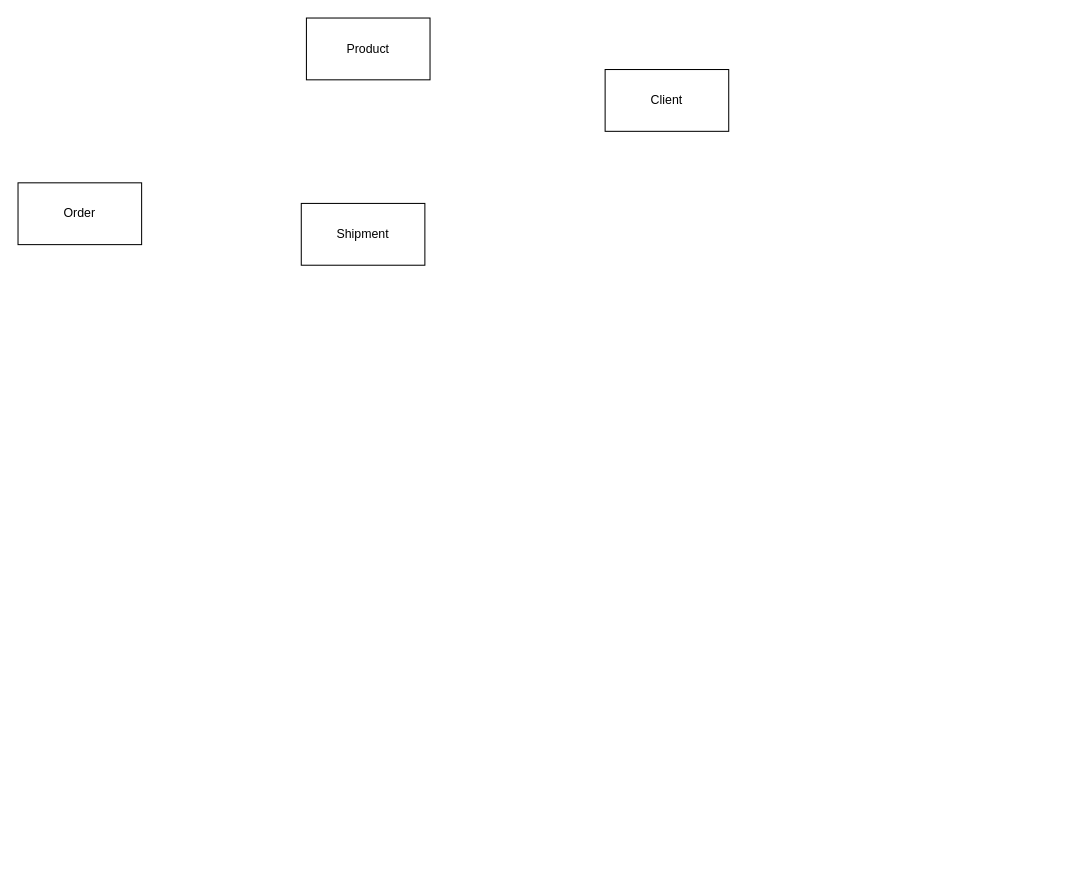
Above: Entities Diagram.drawio in Santiagolp23/databaseFundamentals (draw.io), before the change. Source tidied: cells renumbered, new cells numbered last; positions are measured from the earlier drawing's top-left corner, leaving out a move shared by most shapes. Both pictures are drawn from the tidied source at 103%, with x=0, y=0 at pixel (18, 18).
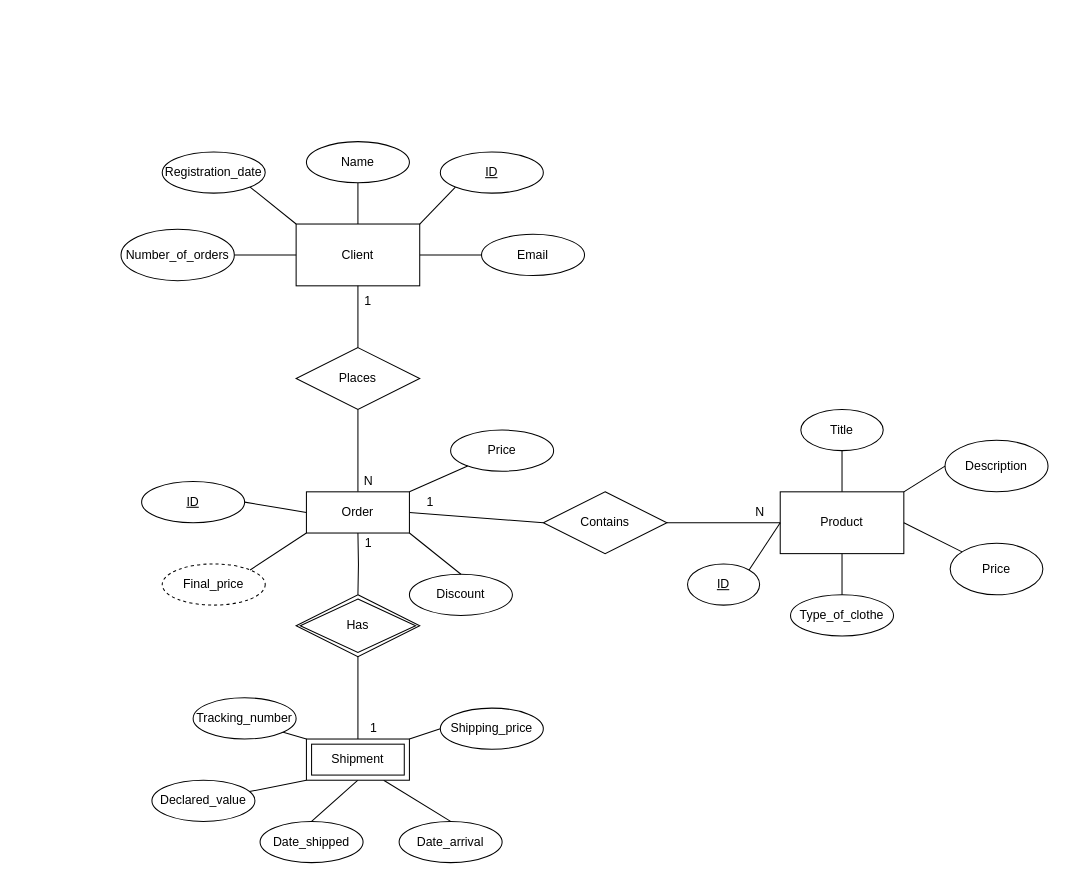
Above is the later version.

Commit message:
Created entity relationship diagram fron eCommerce store

The edit, as a diff of the source:
```diff
@@
-    <mxCell id="2" value="Product" style="whiteSpace=wrap;html=1;" parent="1" vertex="1">
-      <mxGeometry x="280" width="120" height="60" as="geometry" />
+    <mxCell id="2" value="Product" style="whiteSpace=wrap;html=1;rounded=0;" parent="1" vertex="1">
+      <mxGeometry x="740" y="460" width="120" height="60" as="geometry" />
     </mxCell>
+    <mxCell id="6" style="edgeStyle=none;rounded=0;jettySize=auto;html=1;exitX=1;exitY=0;exitDx=0;exitDy=0;entryX=0;entryY=1;entryDx=0;entryDy=0;endArrow=none;endFill=0;" parent="1" edge="1" source="3" target="39">
+      <mxGeometry relative="1" as="geometry" />
+    </mxCell>
+    <mxCell id="7" style="edgeStyle=none;rounded=0;jettySize=auto;html=1;exitX=1;exitY=0.5;exitDx=0;exitDy=0;entryX=0;entryY=0.5;entryDx=0;entryDy=0;endArrow=none;endFill=0;" parent="1" edge="1" source="3" target="40">
+      <mxGeometry relative="1" as="geometry" />
+    </mxCell>
-    <mxCell id="3" value="Client" style="whiteSpace=wrap;html=1;" parent="1" vertex="1">
-      <mxGeometry x="570" y="50" width="120" height="60" as="geometry" />
+    <mxCell id="3" value="Client" style="whiteSpace=wrap;html=1;rounded=0;" parent="1" vertex="1">
+      <mxGeometry x="270" y="200" width="120" height="60" as="geometry" />
     </mxCell>
+    <mxCell id="8" value="&lt;u&gt;ID&lt;/u&gt;" style="ellipse;whiteSpace=wrap;html=1;rounded=0;" parent="1" vertex="1">
+      <mxGeometry x="650" y="530" width="70" height="40" as="geometry" />
+    </mxCell>
+    <mxCell id="9" style="endArrow=none;html=1;rounded=0;exitX=1;exitY=0;exitDx=0;exitDy=0;entryX=0;entryY=0.5;entryDx=0;entryDy=0;" parent="1" edge="1" source="8" target="2">
+      <mxGeometry relative="1" as="geometry" />
+    </mxCell>
+    <mxCell id="10" value="Title" style="ellipse;whiteSpace=wrap;html=1;rounded=0;" parent="1" vertex="1">
+      <mxGeometry x="760" y="380" width="80" height="40" as="geometry" />
+    </mxCell>
+    <mxCell id="11" style="endArrow=none;html=1;rounded=0;entryX=0.5;entryY=1;entryDx=0;entryDy=0;exitX=0.5;exitY=0;exitDx=0;exitDy=0;" parent="1" edge="1" source="2" target="10">
+      <mxGeometry relative="1" as="geometry" />
+    </mxCell>
+    <mxCell id="12" value="Description" style="ellipse;whiteSpace=wrap;html=1;rounded=0;" parent="1" vertex="1">
+      <mxGeometry x="900" y="410" width="100" height="50" as="geometry" />
+    </mxCell>
+    <mxCell id="13" value="Price" style="ellipse;whiteSpace=wrap;html=1;rounded=0;" parent="1" vertex="1">
+      <mxGeometry x="905" y="510" width="90" height="50" as="geometry" />
+    </mxCell>
+    <mxCell id="14" value="Type_of_clothe" style="ellipse;whiteSpace=wrap;html=1;rounded=0;" parent="1" vertex="1">
+      <mxGeometry x="750" y="560" width="100" height="40" as="geometry" />
+    </mxCell>
+    <mxCell id="15" style="endArrow=none;html=1;rounded=0;entryX=0.5;entryY=1;entryDx=0;entryDy=0;" parent="1" edge="1" source="14" target="2">
+      <mxGeometry relative="1" as="geometry" />
+    </mxCell>
+    <mxCell id="16" style="endArrow=none;html=1;rounded=0;exitX=1;exitY=0.5;exitDx=0;exitDy=0;" parent="1" edge="1" source="2" target="13">
+      <mxGeometry relative="1" as="geometry" />
+    </mxCell>
+    <mxCell id="17" style="endArrow=none;html=1;rounded=0;entryX=0;entryY=0.5;entryDx=0;entryDy=0;exitX=1;exitY=0;exitDx=0;exitDy=0;" parent="1" edge="1" source="2" target="12">
+      <mxGeometry relative="1" as="geometry" />
+    </mxCell>
+    <mxCell id="18" style="edgeStyle=orthogonalEdgeStyle;rounded=0;jettySize=auto;html=1;exitX=0.5;exitY=1;exitDx=0;exitDy=0;endArrow=none;endFill=0;entryX=0.5;entryY=0;entryDx=0;entryDy=0;" parent="1" edge="1" target="43">
+      <mxGeometry relative="1" as="geometry">
+        <mxPoint x="330" y="500" as="sourcePoint" />
+      </mxGeometry>
+    </mxCell>
+    <mxCell id="19" style="endArrow=none;html=1;rounded=0;exitX=1;exitY=0.5;exitDx=0;exitDy=0;entryX=0;entryY=0.5;entryDx=0;entryDy=0;" parent="1" edge="1" source="50">
+      <mxGeometry relative="1" as="geometry">
+        <mxPoint x="280" y="480" as="targetPoint" />
+      </mxGeometry>
+    </mxCell>
+    <mxCell id="20" value="Price" style="ellipse;whiteSpace=wrap;html=1;align=center;rounded=0;" parent="1" vertex="1">
+      <mxGeometry x="420" y="400" width="100" height="40" as="geometry" />
+    </mxCell>
+    <mxCell id="21" style="endArrow=none;html=1;rounded=0;exitX=1;exitY=0;exitDx=0;exitDy=0;" parent="1" edge="1" target="20">
+      <mxGeometry relative="1" as="geometry">
+        <mxPoint x="380" y="460" as="sourcePoint" />
+      </mxGeometry>
+    </mxCell>
+    <mxCell id="22" value="Discount" style="ellipse;whiteSpace=wrap;html=1;align=center;rounded=0;" parent="1" vertex="1">
+      <mxGeometry x="380" y="540" width="100" height="40" as="geometry" />
+    </mxCell>
+    <mxCell id="23" style="endArrow=none;html=1;rounded=0;exitX=1;exitY=1;exitDx=0;exitDy=0;entryX=0.5;entryY=0;entryDx=0;entryDy=0;" parent="1" edge="1" target="22">
+      <mxGeometry relative="1" as="geometry">
+        <mxPoint x="380" y="500" as="sourcePoint" />
+      </mxGeometry>
+    </mxCell>
+    <mxCell id="24" value="Final_price" style="ellipse;whiteSpace=wrap;html=1;align=center;dashed=1;rounded=0;" parent="1" vertex="1">
+      <mxGeometry x="140" y="530" width="100" height="40" as="geometry" />
+    </mxCell>
+    <mxCell id="25" style="endArrow=none;html=1;rounded=0;exitX=1;exitY=0;exitDx=0;exitDy=0;entryX=0;entryY=1;entryDx=0;entryDy=0;" parent="1" edge="1" source="24">
+      <mxGeometry relative="1" as="geometry">
+        <mxPoint x="280" y="500" as="targetPoint" />
+      </mxGeometry>
+    </mxCell>
+    <mxCell id="26" value="Contains" style="shape=rhombus;perimeter=rhombusPerimeter;whiteSpace=wrap;html=1;align=center;rounded=0;" parent="1" vertex="1">
+      <mxGeometry x="510" y="460" width="120" height="60" as="geometry" />
+    </mxCell>
+    <mxCell id="27" style="endArrow=none;html=1;rounded=0;exitX=1;exitY=0.5;exitDx=0;exitDy=0;entryX=0;entryY=0.5;entryDx=0;entryDy=0;" parent="1" edge="1" target="26">
+      <mxGeometry relative="1" as="geometry">
+        <mxPoint x="380" y="480" as="sourcePoint" />
+      </mxGeometry>
+    </mxCell>
+    <mxCell id="28" style="endArrow=none;html=1;rounded=0;entryX=0;entryY=0.5;entryDx=0;entryDy=0;exitX=1;exitY=0.5;exitDx=0;exitDy=0;" parent="1" edge="1" source="26" target="2">
+      <mxGeometry relative="1" as="geometry" />
+    </mxCell>
+    <mxCell id="29" style="endArrow=none;html=1;rounded=0;exitX=0.5;exitY=1;exitDx=0;exitDy=0;entryX=0.5;entryY=0;entryDx=0;entryDy=0;" parent="1" edge="1" source="3">
+      <mxGeometry relative="1" as="geometry">
+        <mxPoint x="330" y="320" as="targetPoint" />
+      </mxGeometry>
+    </mxCell>
+    <mxCell id="30" value="1" style="text;html=1;strokeColor=none;fillColor=none;align=center;verticalAlign=middle;whiteSpace=wrap;rounded=0;" parent="1" vertex="1">
+      <mxGeometry x="310" y="260" width="60" height="30" as="geometry" />
+    </mxCell>
+    <mxCell id="31" style="endArrow=none;html=1;rounded=0;exitX=0.5;exitY=0;exitDx=0;exitDy=0;entryX=0.5;entryY=1;entryDx=0;entryDy=0;" parent="1" edge="1">
+      <mxGeometry relative="1" as="geometry">
+        <mxPoint x="330" y="460" as="sourcePoint" />
+        <mxPoint x="330" y="380" as="targetPoint" />
+      </mxGeometry>
+    </mxCell>
+    <mxCell id="32" value="N" style="text;html=1;align=center;verticalAlign=middle;strokeColor=none;fillColor=none;rounded=0;" parent="1" vertex="1">
+      <mxGeometry x="330" y="440" width="20" height="20" as="geometry" />
+    </mxCell>
+    <mxCell id="33" value="1" style="text;html=1;align=center;verticalAlign=middle;strokeColor=none;fillColor=none;rounded=0;" parent="1" vertex="1">
+      <mxGeometry x="390" y="460" width="20" height="20" as="geometry" />
+    </mxCell>
+    <mxCell id="34" value="N" style="text;html=1;align=center;verticalAlign=middle;strokeColor=none;fillColor=none;rounded=0;" parent="1" vertex="1">
+      <mxGeometry x="710" y="470" width="20" height="20" as="geometry" />
+    </mxCell>
+    <mxCell id="35" style="edgeStyle=none;rounded=0;jettySize=auto;html=1;exitX=0.5;exitY=1;exitDx=0;exitDy=0;endArrow=none;endFill=0;" parent="1" edge="1" source="36" target="3">
+      <mxGeometry relative="1" as="geometry" />
+    </mxCell>
+    <mxCell id="36" value="Name" style="ellipse;whiteSpace=wrap;html=1;align=center;rounded=0;" parent="1" vertex="1">
+      <mxGeometry x="280" y="120" width="100" height="40" as="geometry" />
+    </mxCell>
+    <mxCell id="37" style="edgeStyle=none;rounded=0;jettySize=auto;html=1;exitX=1;exitY=1;exitDx=0;exitDy=0;entryX=0;entryY=0;entryDx=0;entryDy=0;endArrow=none;endFill=0;" parent="1" edge="1" source="38" target="3">
+      <mxGeometry relative="1" as="geometry" />
+    </mxCell>
+    <mxCell id="38" value="Registration_date" style="ellipse;whiteSpace=wrap;html=1;align=center;rounded=0;" parent="1" vertex="1">
+      <mxGeometry x="140" y="130" width="100" height="40" as="geometry" />
+    </mxCell>
+    <mxCell id="39" value="ID" style="ellipse;whiteSpace=wrap;html=1;align=center;fontStyle=4;rounded=0;" parent="1" vertex="1">
+      <mxGeometry x="410" y="130" width="100" height="40" as="geometry" />
+    </mxCell>
+    <mxCell id="40" value="Email" style="ellipse;whiteSpace=wrap;html=1;align=center;rounded=0;" parent="1" vertex="1">
+      <mxGeometry x="450" y="210" width="100" height="40" as="geometry" />
+    </mxCell>
+    <mxCell id="41" style="edgeStyle=orthogonalEdgeStyle;curved=0;rounded=1;sketch=0;jettySize=auto;html=1;exitX=1;exitY=0.5;exitDx=0;exitDy=0;entryX=0;entryY=0.5;entryDx=0;entryDy=0;endArrow=none;endFill=0;" parent="1" edge="1" source="42" target="3">
+      <mxGeometry relative="1" as="geometry" />
+    </mxCell>
+    <mxCell id="42" value="Number_of_orders" style="ellipse;whiteSpace=wrap;html=1;align=center;rounded=0;" parent="1" vertex="1">
+      <mxGeometry x="100" y="205" width="110" height="50" as="geometry" />
+    </mxCell>
+    <mxCell id="43" value="Has" style="shape=rhombus;double=1;perimeter=rhombusPerimeter;whiteSpace=wrap;html=1;align=center;rounded=0;" parent="1" vertex="1">
+      <mxGeometry x="270" y="560" width="120" height="60" as="geometry" />
+    </mxCell>
+    <mxCell id="44" style="rounded=0;jettySize=auto;html=1;endArrow=none;endFill=0;" parent="1" edge="1" source="5" target="43">
+      <mxGeometry relative="1" as="geometry" />
+    </mxCell>
+    <mxCell id="45" style="rounded=0;jettySize=auto;html=1;exitX=0;exitY=0;exitDx=0;exitDy=0;entryX=1;entryY=1;entryDx=0;entryDy=0;endArrow=none;endFill=0;" parent="1" edge="1" source="5">
+      <mxGeometry relative="1" as="geometry">
+        <mxPoint x="225.4" y="684.1" as="targetPoint" />
+      </mxGeometry>
+    </mxCell>
+    <mxCell id="46" style="edgeStyle=none;rounded=0;jettySize=auto;html=1;exitX=1;exitY=0;exitDx=0;exitDy=0;entryX=0;entryY=0.5;entryDx=0;entryDy=0;endArrow=none;endFill=0;" parent="1" edge="1" source="5" target="53">
+      <mxGeometry relative="1" as="geometry" />
+    </mxCell>
+    <mxCell id="47" style="edgeStyle=none;rounded=0;jettySize=auto;html=1;exitX=0;exitY=1;exitDx=0;exitDy=0;endArrow=none;endFill=0;" parent="1" edge="1" source="5" target="54">
+      <mxGeometry relative="1" as="geometry" />
+    </mxCell>
+    <mxCell id="48" style="edgeStyle=none;rounded=0;jettySize=auto;html=1;exitX=0.5;exitY=1;exitDx=0;exitDy=0;entryX=0.5;entryY=0;entryDx=0;entryDy=0;endArrow=none;endFill=0;" parent="1" edge="1" source="5" target="55">
+      <mxGeometry relative="1" as="geometry" />
+    </mxCell>
+    <mxCell id="49" style="edgeStyle=none;rounded=0;jettySize=auto;html=1;exitX=0.75;exitY=1;exitDx=0;exitDy=0;entryX=0.5;entryY=0;entryDx=0;entryDy=0;endArrow=none;endFill=0;" parent="1" edge="1" source="5" target="56">
+      <mxGeometry relative="1" as="geometry" />
+    </mxCell>
+    <mxCell id="5" value="Shipment" style="shape=ext;margin=3;double=1;whiteSpace=wrap;html=1;align=center;rounded=0;" parent="1" vertex="1">
+      <mxGeometry x="280" y="700" width="100" height="40" as="geometry" />
+    </mxCell>
+    <mxCell id="50" value="ID" style="ellipse;whiteSpace=wrap;html=1;align=center;fontStyle=4;rounded=0;" parent="1" vertex="1">
+      <mxGeometry x="120" y="450" width="100" height="40" as="geometry" />
+    </mxCell>
+    <mxCell id="51" value="Places" style="shape=rhombus;perimeter=rhombusPerimeter;whiteSpace=wrap;html=1;align=center;" parent="1" vertex="1">
+      <mxGeometry x="270" y="320" width="120" height="60" as="geometry" />
+    </mxCell>
-    <mxCell id="4" value="Order" style="whiteSpace=wrap;html=1;" parent="1" vertex="1">
-      <mxGeometry y="160" width="120" height="60" as="geometry" />
+    <mxCell id="4" value="Order" style="whiteSpace=wrap;html=1;rounded=0;" parent="1" vertex="1">
+      <mxGeometry x="280" y="460" width="100" height="40" as="geometry" />
     </mxCell>
-    <mxCell id="5" value="Shipment" style="rounded=0;whiteSpace=wrap;html=1;" parent="1" vertex="1">
-      <mxGeometry x="275" y="180" width="120" height="60" as="geometry" />
-    </mxCell>
+    <mxCell id="52" value="Tracking_number" style="ellipse;whiteSpace=wrap;html=1;align=center;rounded=0;" parent="1" vertex="1">
+      <mxGeometry x="170" y="660" width="100" height="40" as="geometry" />
+    </mxCell>
+    <mxCell id="53" value="Shipping_price" style="ellipse;whiteSpace=wrap;html=1;align=center;rounded=0;" parent="1" vertex="1">
+      <mxGeometry x="410" y="670" width="100" height="40" as="geometry" />
+    </mxCell>
+    <mxCell id="54" value="Declared_value" style="ellipse;whiteSpace=wrap;html=1;align=center;rounded=0;" parent="1" vertex="1">
+      <mxGeometry x="130" y="740" width="100" height="40" as="geometry" />
+    </mxCell>
+    <mxCell id="55" value="Date_shipped" style="ellipse;whiteSpace=wrap;html=1;align=center;rounded=0;" parent="1" vertex="1">
+      <mxGeometry x="235" y="780" width="100" height="40" as="geometry" />
+    </mxCell>
+    <mxCell id="56" value="Date_arrival" style="ellipse;whiteSpace=wrap;html=1;align=center;rounded=0;" parent="1" vertex="1">
+      <mxGeometry x="370" y="780" width="100" height="40" as="geometry" />
+    </mxCell>
+    <mxCell id="57" value="1" style="text;html=1;align=center;verticalAlign=middle;strokeColor=none;fillColor=none;rounded=0;" parent="1" vertex="1">
+      <mxGeometry x="330" y="500" width="20" height="20" as="geometry" />
+    </mxCell>
+    <mxCell id="58" value="1" style="text;html=1;align=center;verticalAlign=middle;strokeColor=none;fillColor=none;rounded=0;" parent="1" vertex="1">
+      <mxGeometry x="335" y="680" width="20" height="20" as="geometry" />
+    </mxCell>
```
